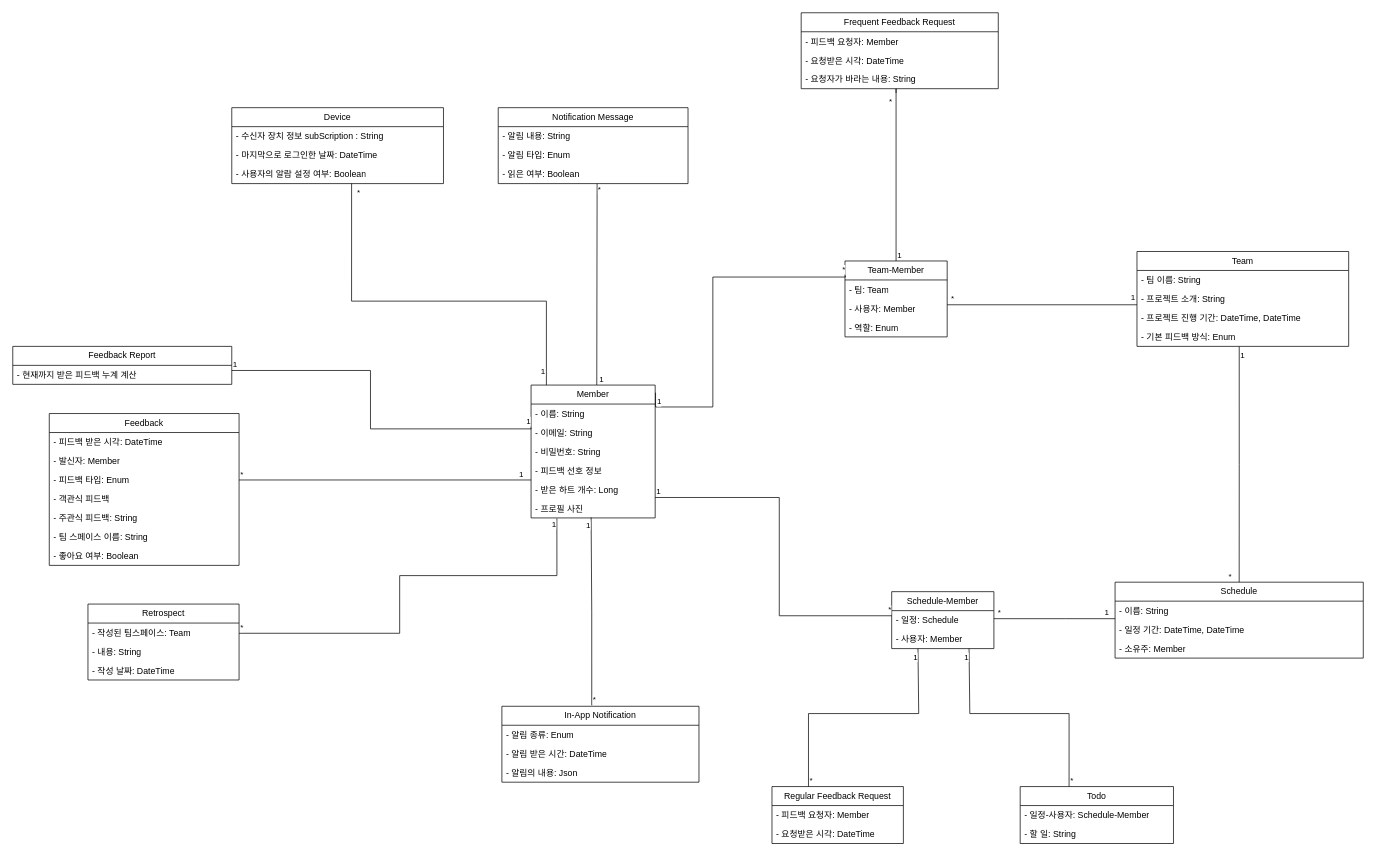
Earlier version of the draw.io diagram docs/도메인 모델.drawio (vvsos1/Team5-EQUUS-N). Source tidied: cells renumbered, new cells numbered last; positions are measured from the earlier drawing's top-left corner, leaving out a move shared by most shapes. Both pictures are drawn from the tidied source at 73%, with x=0, y=0 at pixel (12, 12).
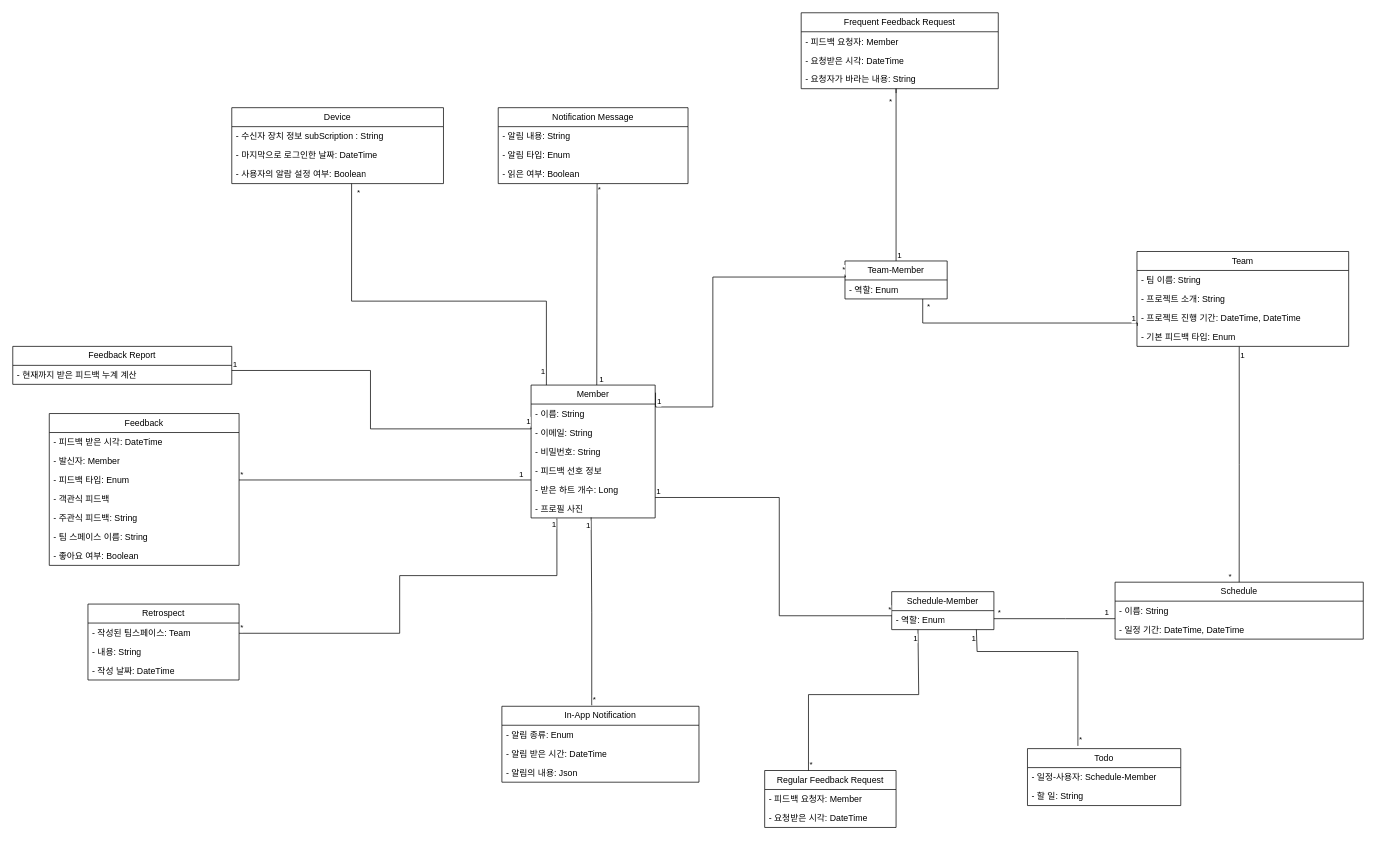
The same diagram, later.

Commit message:
[FD-221] docs: 도메인 모델 수정

- 중복되는 필드를 갖는 부분 제거

The change refers to these unchanged cells:
```xml
<mxCell id="20" value="Team" style="swimlane;fontStyle=0;horizontal=1;startSize=26;fillColor=none;whiteSpace=wrap;html=1;" parent="1" vertex="1">
  <mxGeometry x="1540" y="327" width="290" height="130" as="geometry" />
</mxCell>
<mxCell id="23" value="- 프로젝트 진행 기간: DateTime, DateTime" style="text;strokeColor=none;fillColor=none;align=left;verticalAlign=top;spacingLeft=4;spacingRight=4;overflow=hidden;points=[[0,0.5],[1,0.5]];portConstraint=eastwest;whiteSpace=wrap;html=1;" parent="20" vertex="1">
  <mxGeometry y="78" width="290" height="26" as="geometry" />
</mxCell>
```

The edit, as a diff of the source:
```diff
@@
     <mxCell id="9" value="Team-Member" style="swimlane;fontStyle=0;horizontal=1;startSize=26;fillColor=none;whiteSpace=wrap;html=1;" parent="1" vertex="1">
-      <mxGeometry x="1140" y="340" width="140" height="104" as="geometry" />
+      <mxGeometry x="1140" y="340" width="140" height="52" as="geometry" />
     </mxCell>
-    <mxCell id="10" value="- 팀: Team" style="text;strokeColor=none;fillColor=none;align=left;verticalAlign=top;spacingLeft=4;spacingRight=4;overflow=hidden;whiteSpace=wrap;html=1;" parent="9" vertex="1">
-      <mxGeometry y="26" width="140" height="26" as="geometry" />
-    </mxCell>
-    <mxCell id="11" value="- 사용자: Member" style="text;strokeColor=none;fillColor=none;align=left;verticalAlign=top;spacingLeft=4;spacingRight=4;overflow=hidden;whiteSpace=wrap;html=1;" parent="9" vertex="1">
-      <mxGeometry y="52" width="140" height="26" as="geometry" />
-    </mxCell>
     <mxCell id="12" value="- 역할: Enum" style="text;strokeColor=none;fillColor=none;align=left;verticalAlign=top;spacingLeft=4;spacingRight=4;overflow=hidden;whiteSpace=wrap;html=1;" parent="9" vertex="1">
-      <mxGeometry y="78" width="140" height="26" as="geometry" />
+      <mxGeometry y="26" width="140" height="26" as="geometry" />
     </mxCell>
@@
-    <mxCell id="24" value="- 기본 피드백 방식: Enum" style="text;strokeColor=none;fillColor=none;align=left;verticalAlign=top;spacingLeft=4;spacingRight=4;overflow=hidden;points=[[0,0.5],[1,0.5]];portConstraint=eastwest;whiteSpace=wrap;html=1;" parent="20" vertex="1">
+    <mxCell id="24" value="- 기본 피드백 타입: Enum" style="text;strokeColor=none;fillColor=none;align=left;verticalAlign=top;spacingLeft=4;spacingRight=4;overflow=hidden;points=[[0,0.5],[1,0.5]];portConstraint=eastwest;whiteSpace=wrap;html=1;" parent="20" vertex="1">
       <mxGeometry y="104" width="290" height="26" as="geometry" />
     </mxCell>
-    <mxCell id="25" style="endArrow=none;html=1;edgeStyle=orthogonalEdgeStyle;rounded=0;" parent="1" edge="1">
+    <mxCell id="25" style="endArrow=none;html=1;edgeStyle=orthogonalEdgeStyle;rounded=0;entryX=0.975;entryY=0.03;entryDx=0;entryDy=0;entryPerimeter=0;exitX=0.002;exitY=0.919;exitDx=0;exitDy=0;exitPerimeter=0;" parent="1" edge="1" source="23">
       <mxGeometry relative="1" as="geometry">
-        <mxPoint x="1540" y="400" as="sourcePoint" />
-        <mxPoint x="1280" y="400" as="targetPoint" />
+        <mxPoint x="1246.5" y="392" as="targetPoint" />
         <Array as="points">
-          <mxPoint x="1540" y="400" />
+          <mxPoint x="1541" y="425" />
+          <mxPoint x="1246" y="425" />
         </Array>
       </mxGeometry>
     </mxCell>
@@
     <mxCell id="27" value="*" style="edgeLabel;html=1;align=right;verticalAlign=bottom;" parent="25" vertex="1">
       <mxGeometry x="1" relative="1" as="geometry">
-        <mxPoint x="10" as="offset" />
+        <mxPoint x="10" y="18" as="offset" />
       </mxGeometry>
     </mxCell>
@@
     <mxCell id="31" value="Schedule" style="swimlane;fontStyle=0;horizontal=1;startSize=26;fillColor=none;whiteSpace=wrap;html=1;" parent="1" vertex="1">
-      <mxGeometry x="1510" y="780" width="340" height="104" as="geometry" />
+      <mxGeometry x="1510" y="780" width="340" height="78" as="geometry" />
     </mxCell>
@@
-    <mxCell id="34" value="- 소유주: Member" style="text;strokeColor=none;fillColor=none;align=left;verticalAlign=top;spacingLeft=4;spacingRight=4;overflow=hidden;whiteSpace=wrap;html=1;" parent="31" vertex="1">
-      <mxGeometry y="78" width="340" height="26" as="geometry" />
-    </mxCell>
@@
     <mxCell id="38" value="Schedule-Member" style="swimlane;fontStyle=0;horizontal=1;startSize=26;fillColor=none;whiteSpace=wrap;html=1;" parent="1" vertex="1">
-      <mxGeometry x="1204" y="793" width="140" height="78" as="geometry" />
+      <mxGeometry x="1204" y="793" width="140" height="52" as="geometry" />
     </mxCell>
-    <mxCell id="39" value="- 일정: Schedule" style="text;strokeColor=none;fillColor=none;align=left;verticalAlign=top;spacingLeft=4;spacingRight=4;overflow=hidden;whiteSpace=wrap;html=1;" parent="38" vertex="1">
-      <mxGeometry y="26" width="140" height="26" as="geometry" />
-    </mxCell>
-    <mxCell id="40" value="- 사용자: Member" style="text;strokeColor=none;fillColor=none;align=left;verticalAlign=top;spacingLeft=4;spacingRight=4;overflow=hidden;whiteSpace=wrap;html=1;" parent="38" vertex="1">
-      <mxGeometry y="52" width="140" height="26" as="geometry" />
-    </mxCell>
+    <mxCell id="103" value="- 역할: Enum" style="text;strokeColor=none;fillColor=none;align=left;verticalAlign=top;spacingLeft=4;spacingRight=4;overflow=hidden;whiteSpace=wrap;html=1;" parent="38" vertex="1">
+      <mxGeometry y="26" width="140" height="26" as="geometry" />
+    </mxCell>
@@
     <mxCell id="47" value="Regular Feedback Request" style="swimlane;fontStyle=0;horizontal=1;startSize=26;fillColor=none;whiteSpace=wrap;html=1;" parent="1" vertex="1">
-      <mxGeometry x="1040" y="1060" width="180" height="78" as="geometry" />
+      <mxGeometry x="1030" y="1038" width="180" height="78" as="geometry" />
     </mxCell>
@@
-    <mxCell id="50" style="endArrow=none;html=1;edgeStyle=orthogonalEdgeStyle;rounded=0;entryX=0.543;entryY=0.962;entryDx=0;entryDy=0;entryPerimeter=0;exitX=0.5;exitY=0;exitDx=0;exitDy=0;" parent="1" edge="1">
+    <mxCell id="50" style="endArrow=none;html=1;edgeStyle=orthogonalEdgeStyle;rounded=0;entryX=0.543;entryY=0.962;entryDx=0;entryDy=0;entryPerimeter=0;" parent="1" edge="1" source="47">
       <mxGeometry relative="1" as="geometry">
-        <mxPoint x="1090" y="1060" as="sourcePoint" />
-        <mxPoint x="1240" y="871" as="targetPoint" />
+        <mxPoint x="1240" y="845" as="targetPoint" />
         <Array as="points">
-          <mxPoint x="1090" y="960" />
-          <mxPoint x="1241" y="960" />
-          <mxPoint x="1241" y="871" />
+          <mxPoint x="1090" y="934" />
+          <mxPoint x="1241" y="934" />
+          <mxPoint x="1241" y="845" />
         </Array>
       </mxGeometry>
     </mxCell>
@@
     <mxCell id="53" value="Todo" style="swimlane;fontStyle=0;horizontal=1;startSize=26;fillColor=none;whiteSpace=wrap;html=1;" parent="1" vertex="1">
-      <mxGeometry x="1380" y="1060" width="210" height="78" as="geometry" />
+      <mxGeometry x="1390" y="1008" width="210" height="78" as="geometry" />
     </mxCell>
@@
-    <mxCell id="56" style="endArrow=none;html=1;edgeStyle=orthogonalEdgeStyle;rounded=0;entryX=0.543;entryY=0.962;entryDx=0;entryDy=0;entryPerimeter=0;exitX=0.319;exitY=0.001;exitDx=0;exitDy=0;exitPerimeter=0;" parent="1" edge="1" source="53">
+    <mxCell id="56" style="endArrow=none;html=1;edgeStyle=orthogonalEdgeStyle;rounded=0;exitX=0.329;exitY=-0.048;exitDx=0;exitDy=0;exitPerimeter=0;" parent="1" edge="1" source="53">
       <mxGeometry relative="1" as="geometry">
-        <mxPoint x="1310" y="871" as="targetPoint" />
+        <mxPoint x="1320" y="845" as="targetPoint" />
         <Array as="points">
-          <mxPoint x="1447" y="960" />
-          <mxPoint x="1311" y="960" />
-          <mxPoint x="1311" y="871" />
+          <mxPoint x="1459" y="875" />
+          <mxPoint x="1321" y="875" />
+          <mxPoint x="1321" y="845" />
         </Array>
       </mxGeometry>
     </mxCell>
```
